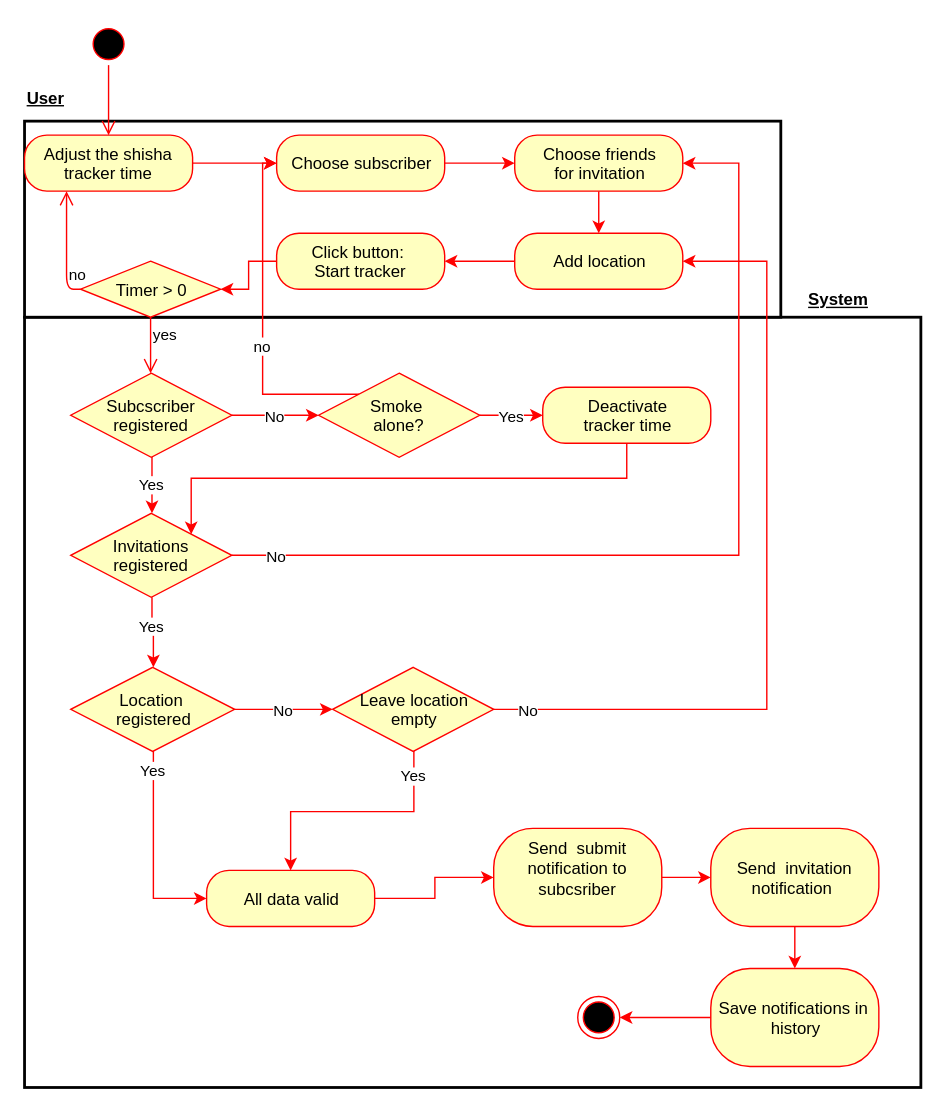
Before: documentation/sendNotificationDiagram.svg, a diagram exported from draw.io (DawidMa/sheeshApp). Source tidied: cells renumbered, new cells last; positions are measured from the earlier drawing's top-left corner, leaving out a move shared by most shapes.
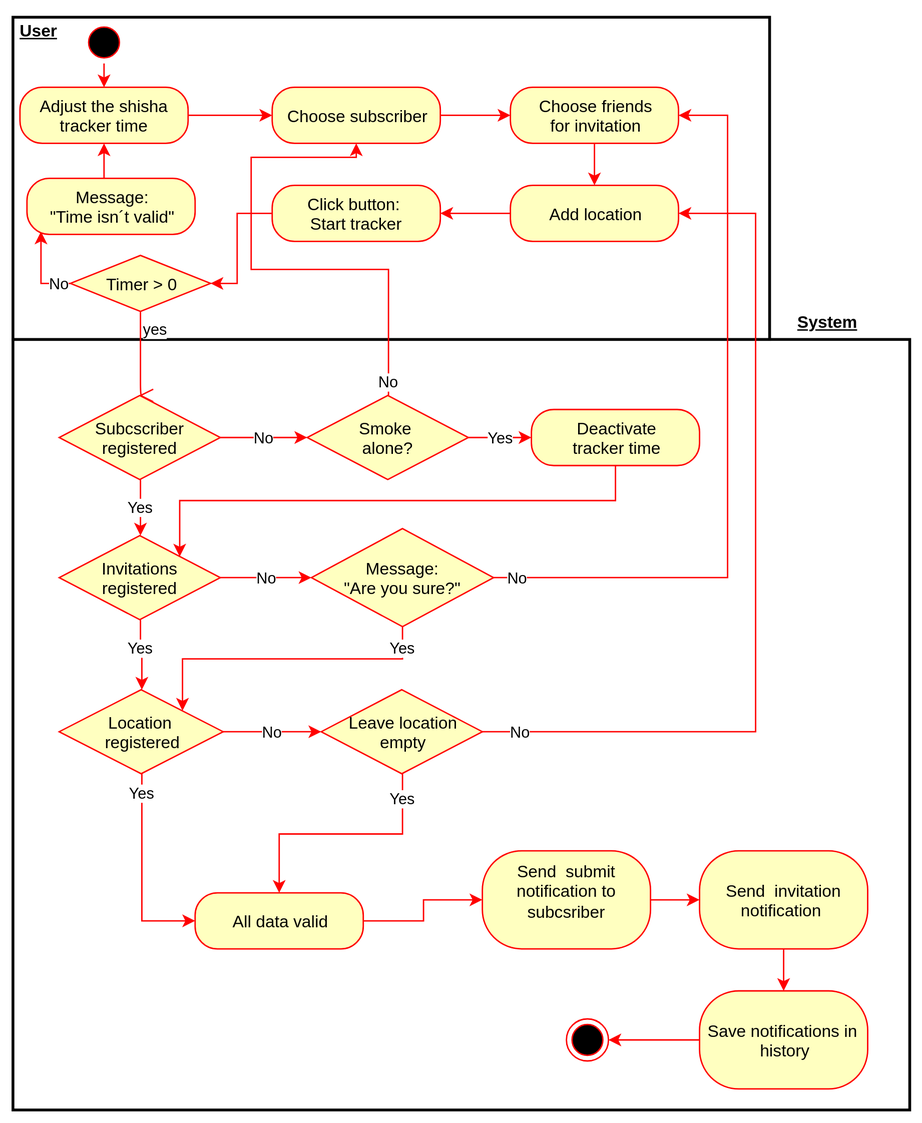
Later version of the same file.

Diff of the diagram source:
```diff
@@ -6,54 +6,55 @@
       <mxGeometry y="210" width="640" height="550" as="geometry" />
     </mxCell>
     <mxCell id="3" style="html=1;strokeWidth=2;gradientColor=none;" parent="1" vertex="1">
-      <mxGeometry y="70" width="540" height="140" as="geometry" />
+      <mxGeometry y="-20" width="540" height="230" as="geometry" />
     </mxCell>
+    <mxCell id="5" style="edgeStyle=orthogonalEdgeStyle;rounded=0;html=1;exitX=0.5;exitY=1;entryX=0.5;entryY=0;jettySize=auto;strokeColor=#FF0000;" parent="1" edge="1" source="4" target="7">
+      <mxGeometry relative="1" as="geometry" />
+    </mxCell>
     <mxCell id="4" style="ellipse;html=1;shape=startState;fillColor=#000000;strokeColor=#ff0000;" parent="1" vertex="1">
-      <mxGeometry x="45" width="30" height="30" as="geometry" />
+      <mxGeometry x="50" y="-17" width="30" height="30" as="geometry" />
     </mxCell>
-    <mxCell id="5" style="edgeStyle=orthogonalEdgeStyle;html=1;verticalAlign=bottom;endArrow=open;endSize=8;strokeColor=#ff0000;entryX=0.5;entryY=0;" parent="1" edge="1" source="4" target="7">
-      <mxGeometry relative="1" as="geometry" />
-    </mxCell>
     <mxCell id="6" style="edgeStyle=orthogonalEdgeStyle;rounded=0;html=1;entryX=0;entryY=0.5;jettySize=auto;strokeColor=#FF0000;" parent="1" edge="1" source="7" target="9">
       <mxGeometry relative="1" as="geometry" />
     </mxCell>
     <mxCell id="7" value="Adjust the shisha&lt;div&gt;&lt;div&gt;&lt;span&gt;tracker time&lt;/span&gt;&lt;/div&gt;&lt;/div&gt;" style="rounded=1;whiteSpace=wrap;html=1;arcSize=40;fillColor=#ffffc0;strokeColor=#ff0000;" parent="1" vertex="1">
-      <mxGeometry y="80" width="120" height="40" as="geometry" />
+      <mxGeometry x="5" y="30" width="120" height="40" as="geometry" />
     </mxCell>
     <mxCell id="8" style="edgeStyle=orthogonalEdgeStyle;rounded=0;html=1;entryX=0;entryY=0.5;jettySize=auto;strokeColor=#FF0000;" parent="1" edge="1" source="9" target="11">
       <mxGeometry relative="1" as="geometry" />
     </mxCell>
     <mxCell id="9" value="Choose subscriber" style="rounded=1;whiteSpace=wrap;html=1;arcSize=40;fillColor=#ffffc0;strokeColor=#ff0000;" parent="1" vertex="1">
-      <mxGeometry x="180" y="80" width="120" height="40" as="geometry" />
+      <mxGeometry x="185" y="30" width="120" height="40" as="geometry" />
     </mxCell>
     <mxCell id="10" style="edgeStyle=orthogonalEdgeStyle;rounded=0;html=1;entryX=0.5;entryY=0;jettySize=auto;strokeColor=#FF0000;" parent="1" edge="1" source="11" target="13">
       <mxGeometry relative="1" as="geometry" />
     </mxCell>
     <mxCell id="11" value="Choose friends&lt;div&gt;for&amp;nbsp;&lt;span&gt;invitation&lt;/span&gt;&lt;/div&gt;" style="rounded=1;whiteSpace=wrap;html=1;arcSize=40;fillColor=#ffffc0;strokeColor=#ff0000;" parent="1" vertex="1">
-      <mxGeometry x="350" y="80" width="120" height="40" as="geometry" />
+      <mxGeometry x="355" y="30" width="120" height="40" as="geometry" />
     </mxCell>
     <mxCell id="12" style="edgeStyle=orthogonalEdgeStyle;rounded=0;html=1;entryX=1;entryY=0.5;jettySize=auto;strokeColor=#FF0000;" parent="1" edge="1" source="13" target="15">
       <mxGeometry relative="1" as="geometry" />
     </mxCell>
     <mxCell id="13" value="Add location" style="rounded=1;whiteSpace=wrap;html=1;arcSize=40;fillColor=#ffffc0;strokeColor=#ff0000;" parent="1" vertex="1">
-      <mxGeometry x="350" y="150" width="120" height="40" as="geometry" />
+      <mxGeometry x="355" y="100" width="120" height="40" as="geometry" />
     </mxCell>
-    <mxCell id="14" style="edgeStyle=orthogonalEdgeStyle;rounded=0;html=1;jettySize=auto;strokeColor=#FF0000;" parent="1" edge="1" source="15" target="16">
-      <mxGeometry relative="1" as="geometry" />
+    <mxCell id="14" style="edgeStyle=orthogonalEdgeStyle;rounded=0;html=1;exitX=0;exitY=0.5;entryX=1;entryY=0.5;jettySize=auto;strokeColor=#FF0000;" parent="1" edge="1" source="15" target="16">
+      <mxGeometry relative="1" as="geometry">
+        <Array as="points">
+          <mxPoint x="160" y="120" />
+          <mxPoint x="160" y="170" />
+        </Array>
+      </mxGeometry>
     </mxCell>
     <mxCell id="15" value="Click button:&amp;nbsp;&lt;div&gt;Start tracker&lt;/div&gt;" style="rounded=1;whiteSpace=wrap;html=1;arcSize=40;fillColor=#ffffc0;strokeColor=#ff0000;" parent="1" vertex="1">
-      <mxGeometry x="180" y="150" width="120" height="40" as="geometry" />
+      <mxGeometry x="185" y="100" width="120" height="40" as="geometry" />
     </mxCell>
+    <mxCell id="47" value="No" style="edgeStyle=orthogonalEdgeStyle;rounded=0;html=1;exitX=0;exitY=0.5;entryX=0.083;entryY=0.95;entryPerimeter=0;jettySize=auto;strokeColor=#FF0000;" parent="1" edge="1" source="16" target="51">
+      <mxGeometry x="-0.74" relative="1" as="geometry" />
+    </mxCell>
     <mxCell id="16" value="Timer &amp;gt; 0" style="rhombus;whiteSpace=wrap;html=1;fillColor=#ffffc0;strokeColor=#ff0000;" parent="1" vertex="1">
-      <mxGeometry x="40" y="170" width="100" height="40" as="geometry" />
+      <mxGeometry x="41" y="150" width="100" height="40" as="geometry" />
     </mxCell>
-    <mxCell id="17" value="no" style="edgeStyle=orthogonalEdgeStyle;html=1;align=left;verticalAlign=bottom;endArrow=open;endSize=8;strokeColor=#ff0000;exitX=0;exitY=0.5;entryX=0.25;entryY=1;" parent="1" edge="1" source="16" target="7">
-      <mxGeometry x="-0.7" relative="1" as="geometry">
-        <Array as="points">
-          <mxPoint x="30" y="190" />
-        </Array>
-      </mxGeometry>
-    </mxCell>
     <mxCell id="18" value="yes" style="edgeStyle=orthogonalEdgeStyle;html=1;align=left;verticalAlign=top;endArrow=open;endSize=8;strokeColor=#ff0000;exitX=0.5;exitY=1;" parent="1" edge="1" source="16">
       <mxGeometry x="-1" relative="1" as="geometry">
         <mxPoint x="90" y="250" as="targetPoint" />
@@ -74,16 +75,16 @@
     <mxCell id="22" value="Yes" style="edgeStyle=orthogonalEdgeStyle;rounded=0;html=1;entryX=0;entryY=0.5;jettySize=auto;strokeColor=#FF0000;" parent="1" edge="1" source="24" target="26">
       <mxGeometry relative="1" as="geometry" />
     </mxCell>
-    <mxCell id="23" value="no" style="edgeStyle=orthogonalEdgeStyle;rounded=0;html=1;exitX=0;exitY=0;jettySize=auto;strokeColor=#FF0000;" parent="1" edge="1" source="24">
-      <mxGeometry x="-0.43" y="-35" relative="1" as="geometry">
-        <mxPoint x="180" y="100" as="targetPoint" />
-        <Array as="points">
-          <mxPoint x="170" y="265" />
-          <mxPoint x="170" y="100" />
-        </Array>
-        <mxPoint x="-35" y="-35" as="offset" />
-      </mxGeometry>
-    </mxCell>
+    <mxCell id="48" value="No" style="edgeStyle=orthogonalEdgeStyle;rounded=0;html=1;exitX=0.5;exitY=0;entryX=0.5;entryY=1;jettySize=auto;strokeColor=#FF0000;" parent="1" edge="1" source="24" target="9">
+      <mxGeometry x="-0.94" relative="1" as="geometry">
+        <Array as="points">
+          <mxPoint x="268" y="160" />
+          <mxPoint x="170" y="160" />
+          <mxPoint x="170" y="80" />
+          <mxPoint x="245" y="80" />
+        </Array>
+      </mxGeometry>
+    </mxCell>
     <mxCell id="24" value="&lt;div&gt;Smoke&amp;nbsp;&lt;/div&gt;&lt;div&gt;alone?&lt;/div&gt;" style="rhombus;whiteSpace=wrap;html=1;fillColor=#ffffc0;strokeColor=#ff0000;" parent="1" vertex="1">
       <mxGeometry x="210" y="250" width="115" height="60" as="geometry" />
     </mxCell>
@@ -96,17 +97,12 @@
     <mxCell id="27" value="Yes" style="edgeStyle=orthogonalEdgeStyle;rounded=0;html=1;exitX=0.5;exitY=1;entryX=0.5;entryY=0;jettySize=auto;strokeColor=#FF0000;" parent="1" edge="1" source="28" target="32">
       <mxGeometry x="-0.2" relative="1" as="geometry" />
     </mxCell>
+    <mxCell id="49" value="No" style="edgeStyle=orthogonalEdgeStyle;rounded=0;html=1;entryX=0;entryY=0.5;jettySize=auto;strokeColor=#FF0000;" parent="1" edge="1" source="28" target="54">
+      <mxGeometry relative="1" as="geometry" />
+    </mxCell>
     <mxCell id="28" value="Invitations&lt;div&gt;registered&lt;/div&gt;" style="rhombus;whiteSpace=wrap;html=1;fillColor=#ffffc0;strokeColor=#ff0000;" parent="1" vertex="1">
       <mxGeometry x="33" y="350" width="115" height="60" as="geometry" />
     </mxCell>
-    <mxCell id="29" value="No" style="edgeStyle=orthogonalEdgeStyle;rounded=0;html=1;jettySize=auto;strokeColor=#FF0000;entryX=1;entryY=0.5;" parent="1" edge="1" source="28" target="11">
-      <mxGeometry x="-0.91" relative="1" as="geometry">
-        <Array as="points">
-          <mxPoint x="510" y="380" />
-          <mxPoint x="510" y="100" />
-        </Array>
-      </mxGeometry>
-    </mxCell>
     <mxCell id="30" value="No" style="edgeStyle=orthogonalEdgeStyle;rounded=0;html=1;entryX=0;entryY=0.5;jettySize=auto;strokeColor=#FF0000;" parent="1" edge="1" source="32" target="35">
       <mxGeometry relative="1" as="geometry" />
     </mxCell>
@@ -120,7 +116,7 @@
       <mxGeometry x="-0.91" relative="1" as="geometry">
         <Array as="points">
           <mxPoint x="530" y="490" />
-          <mxPoint x="530" y="170" />
+          <mxPoint x="530" y="120" />
         </Array>
       </mxGeometry>
     </mxCell>
@@ -163,10 +159,30 @@
       <mxGeometry x="395" y="695" width="30" height="30" as="geometry" />
     </mxCell>
     <mxCell id="45" value="&lt;b&gt;&lt;u&gt;User&lt;/u&gt;&lt;/b&gt;&lt;br&gt;" style="text;html=1;" parent="1" vertex="1">
-      <mxGeometry y="40" width="50" height="30" as="geometry" />
+      <mxGeometry x="3" y="-24" width="50" height="30" as="geometry" />
     </mxCell>
     <mxCell id="46" value="&lt;b&gt;&lt;u&gt;System&lt;/u&gt;&lt;/b&gt;&lt;br&gt;" style="text;html=1;" parent="1" vertex="1">
       <mxGeometry x="558" y="184" width="50" height="30" as="geometry" />
     </mxCell>
+    <mxCell id="50" style="edgeStyle=orthogonalEdgeStyle;rounded=0;html=1;exitX=0.5;exitY=0;entryX=0.5;entryY=1;jettySize=auto;strokeColor=#FF0000;" parent="1" edge="1" source="51" target="7">
+      <mxGeometry relative="1" as="geometry" />
+    </mxCell>
+    <mxCell id="51" value="Message:&lt;div&gt;&quot;Time isn´t valid&quot;&lt;/div&gt;" style="rounded=1;whiteSpace=wrap;html=1;arcSize=40;fillColor=#ffffc0;strokeColor=#ff0000;" parent="1" vertex="1">
+      <mxGeometry x="10" y="95" width="120" height="40" as="geometry" />
+    </mxCell>
+    <mxCell id="52" value="Yes" style="edgeStyle=orthogonalEdgeStyle;rounded=0;html=1;exitX=0.5;exitY=1;entryX=1;entryY=0;jettySize=auto;strokeColor=#FF0000;" parent="1" edge="1" source="54" target="32">
+      <mxGeometry x="-0.86" relative="1" as="geometry" />
+    </mxCell>
+    <mxCell id="53" value="No" style="edgeStyle=orthogonalEdgeStyle;rounded=0;html=1;exitX=1;exitY=0.5;entryX=1;entryY=0.5;jettySize=auto;strokeColor=#FF0000;" parent="1" edge="1" source="54" target="11">
+      <mxGeometry x="-0.94" relative="1" as="geometry">
+        <Array as="points">
+          <mxPoint x="510" y="380" />
+          <mxPoint x="510" y="50" />
+        </Array>
+      </mxGeometry>
+    </mxCell>
+    <mxCell id="54" value="Message:&lt;br&gt;&quot;Are you sure?&quot;" style="rhombus;whiteSpace=wrap;html=1;fillColor=#ffffc0;strokeColor=#ff0000;" parent="1" vertex="1">
+      <mxGeometry x="213" y="345" width="130" height="70" as="geometry" />
+    </mxCell>
   </root>
 </mxGraphModel>
```
